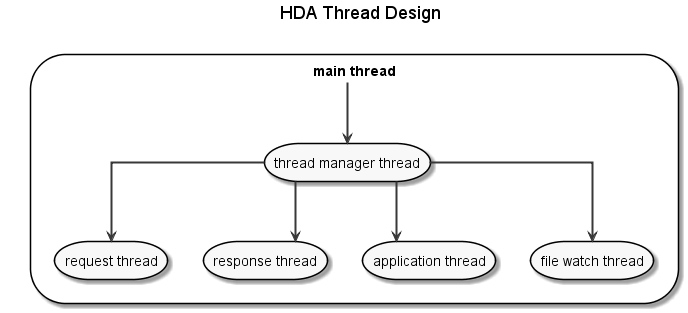
phoityne/haskell-debug-adapter keeps this PlantUML diagram as docs/design/302_thread.png. Above is the earlier version. Its diagram source:
```plantuml
@startuml 302_thread
skinparam monochrome true
skinparam linetype ortho
skinparam arrowThickness 2
allow_mixing
hide empty members
hide circle

title <size:18>HDA Thread Design</size>

storage "main thread" {
  storage "thread manager thread"
  storage "request thread"
  storage "response thread"
  storage "application thread"
  storage "file watch thread"
}

"main thread" --> "thread manager thread"
"thread manager thread" --> "request thread"
"thread manager thread" --> "response thread"
"thread manager thread" --> "application thread"
"thread manager thread" --> "file watch thread"

@enduml
```
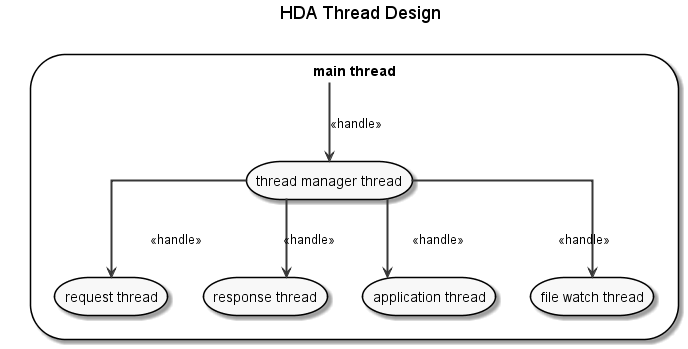
Later version of the same file.

Change to the diagram source:
```diff
@@ -16,10 +16,10 @@
   storage "file watch thread"
 }
 
-"main thread" --> "thread manager thread"
-"thread manager thread" --> "request thread"
-"thread manager thread" --> "response thread"
-"thread manager thread" --> "application thread"
-"thread manager thread" --> "file watch thread"
+"main thread" --> "thread manager thread" : "<<handle>>"
+"thread manager thread" --> "request thread" : "<<handle>>"
+"thread manager thread" --> "response thread" : "<<handle>>"
+"thread manager thread" --> "application thread" : "<<handle>>"
+"thread manager thread" --> "file watch thread" : "<<handle>>"
 
 @enduml
```
